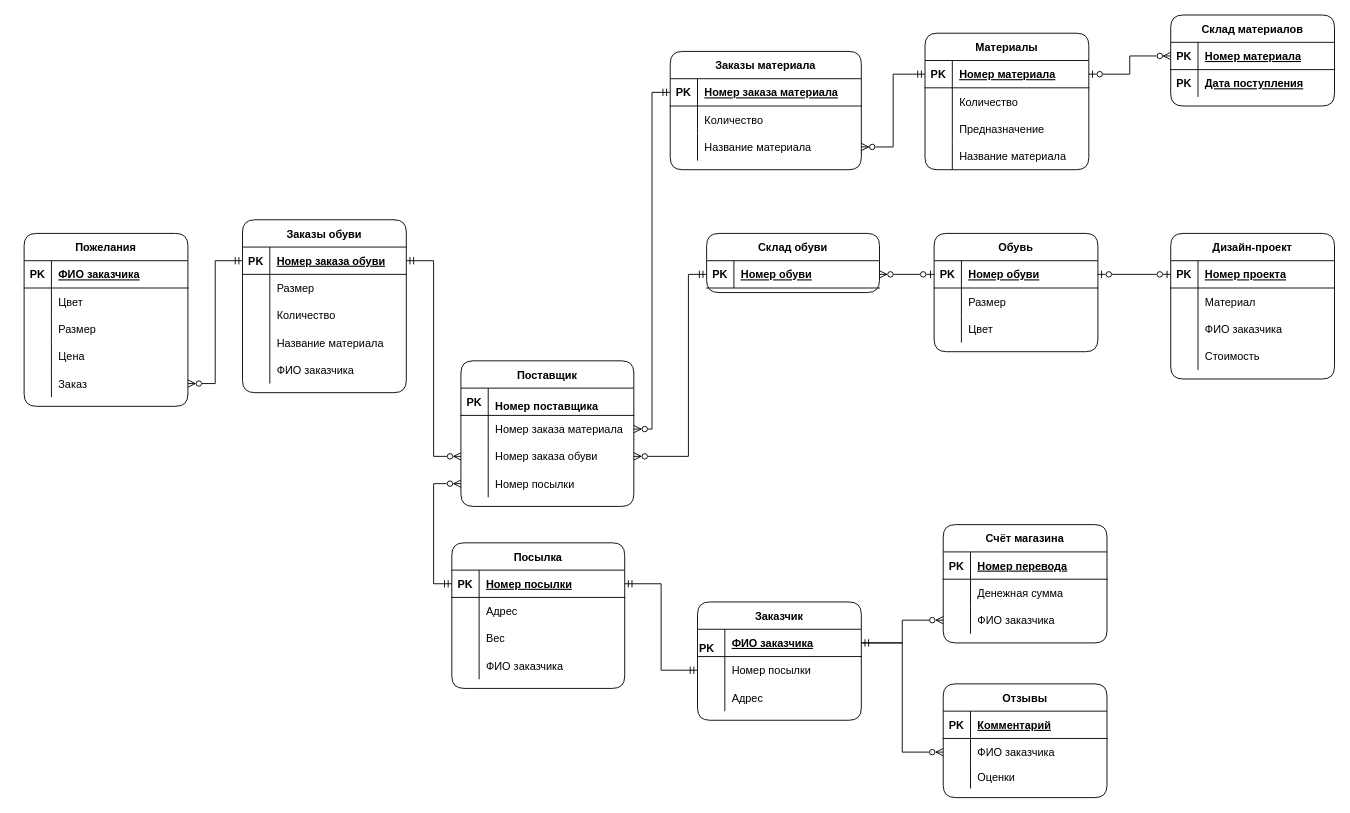
Earlier version of the draw.io diagram Er.drawio (MorozovStanislav/Repozitory). Source tidied: cells renumbered, new cells numbered last; positions are measured from the earlier drawing's top-left corner, leaving out a move shared by most shapes. Both pictures are drawn from the tidied source at 91%, with x=0, y=0 at pixel (24, 15).
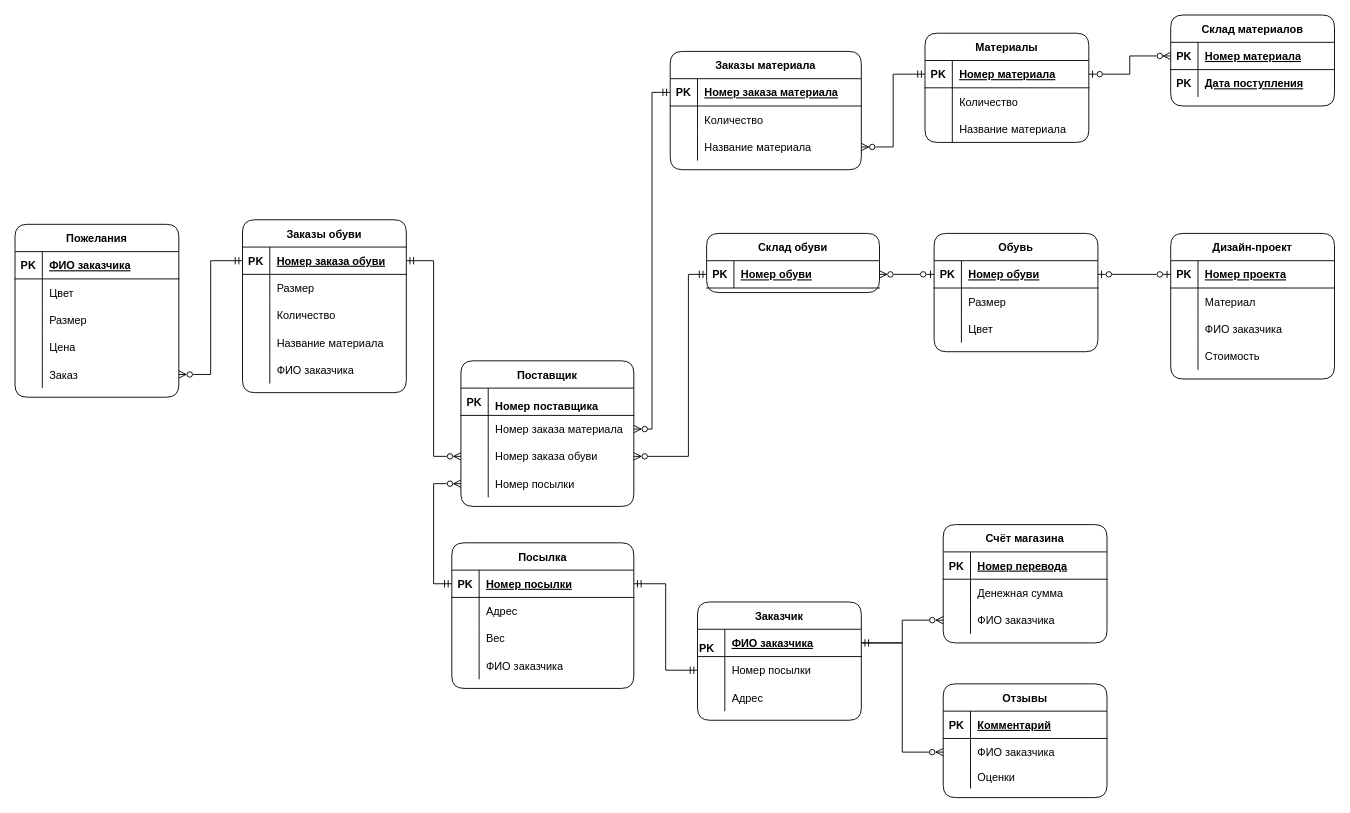
Above is the later version.

Diff of the diagram source:
```diff
@@
     <mxCell id="28" value="Пожелания" style="shape=table;startSize=30;childLayout=tableLayout;rowLines=0;fontStyle=1;align=center;rounded=1;" parent="1" vertex="1">
-      <mxGeometry y="240" width="180" height="190" as="geometry" />
+      <mxGeometry x="-10" y="230" width="180" height="190" as="geometry" />
     </mxCell>
@@
     <mxCell id="44" value="Материалы" style="shape=table;startSize=30;childLayout=tableLayout;rowLines=0;fontStyle=1;align=center;rounded=1;" parent="1" vertex="1">
-      <mxGeometry x="990" y="20" width="180" height="150" as="geometry" />
+      <mxGeometry x="990" y="20" width="180" height="120" as="geometry" />
     </mxCell>
@@
-    <mxCell id="51" style="shape=partialRectangle;fillColor=none;top=0;left=0;bottom=0;right=0;" parent="44" vertex="1">
-      <mxGeometry y="90" width="180" height="30" as="geometry" />
-    </mxCell>
-    <mxCell id="52" style="shape=partialRectangle;fillColor=none;top=0;left=0;bottom=0;right=0;overflow=hidden;" parent="51" vertex="1">
-      <mxGeometry width="30" height="30" as="geometry" />
-    </mxCell>
-    <mxCell id="53" value="Предназначение" style="shape=partialRectangle;fillColor=none;top=0;left=0;bottom=0;right=0;align=left;spacingLeft=6;overflow=hidden;" parent="51" vertex="1">
-      <mxGeometry x="30" width="150" height="30" as="geometry" />
-    </mxCell>
     <mxCell id="54" style="shape=partialRectangle;fillColor=none;top=0;left=0;bottom=0;right=0;" parent="44" vertex="1">
-      <mxGeometry y="120" width="180" height="30" as="geometry" />
+      <mxGeometry y="90" width="180" height="30" as="geometry" />
     </mxCell>
@@
     <mxCell id="57" style="shape=partialRectangle;fillColor=none;top=0;left=0;bottom=0;right=0;" parent="44" vertex="1">
-      <mxGeometry y="150" width="180" as="geometry" />
+      <mxGeometry y="120" width="180" as="geometry" />
     </mxCell>
@@
     <mxCell id="60" style="shape=partialRectangle;fillColor=none;top=0;left=0;bottom=0;right=0;" parent="44" vertex="1">
-      <mxGeometry y="150" width="180" as="geometry" />
+      <mxGeometry y="120" width="180" as="geometry" />
     </mxCell>
@@
     <mxCell id="87" value="Посылка" style="shape=table;startSize=30;childLayout=tableLayout;rowLines=0;fontStyle=1;align=center;fillColor=default;swimlaneFillColor=none;perimeterSpacing=0;sketch=0;rounded=1;" parent="1" vertex="1">
-      <mxGeometry x="470" y="580" width="190" height="160" as="geometry" />
+      <mxGeometry x="470" y="580" width="200" height="160" as="geometry" />
     </mxCell>
     <mxCell id="88" style="shape=partialRectangle;fillColor=none;top=0;left=0;bottom=1;right=0;points=[[0,0.5],[1,0.5]];portConstraint=eastwest;" parent="87" vertex="1">
-      <mxGeometry y="30" width="190" height="30" as="geometry" />
+      <mxGeometry y="30" width="200" height="30" as="geometry" />
     </mxCell>
@@
     <mxCell id="90" value="Номер посылки" style="shape=partialRectangle;fillColor=none;top=0;left=0;bottom=0;right=0;align=left;spacingLeft=6;fontStyle=5;overflow=hidden;" parent="88" vertex="1">
-      <mxGeometry x="30" width="160" height="30" as="geometry" />
+      <mxGeometry x="30" width="170" height="30" as="geometry" />
     </mxCell>
     <mxCell id="91" style="shape=partialRectangle;fillColor=none;top=0;left=0;bottom=0;right=0;" parent="87" vertex="1">
-      <mxGeometry y="60" width="190" height="30" as="geometry" />
+      <mxGeometry y="60" width="200" height="30" as="geometry" />
     </mxCell>
@@
     <mxCell id="93" value="Адрес" style="shape=partialRectangle;fillColor=none;top=0;left=0;bottom=0;right=0;align=left;spacingLeft=6;overflow=hidden;" parent="91" vertex="1">
-      <mxGeometry x="30" width="160" height="30" as="geometry" />
+      <mxGeometry x="30" width="170" height="30" as="geometry" />
     </mxCell>
     <mxCell id="94" style="shape=partialRectangle;fillColor=none;top=0;left=0;bottom=0;right=0;" parent="87" vertex="1">
-      <mxGeometry y="90" width="190" height="30" as="geometry" />
+      <mxGeometry y="90" width="200" height="30" as="geometry" />
     </mxCell>
@@
     <mxCell id="96" value="Вес" style="shape=partialRectangle;fillColor=none;top=0;left=0;bottom=0;right=0;align=left;spacingLeft=6;overflow=hidden;" parent="94" vertex="1">
-      <mxGeometry x="30" width="160" height="30" as="geometry" />
+      <mxGeometry x="30" width="170" height="30" as="geometry" />
     </mxCell>
     <mxCell id="97" style="shape=partialRectangle;fillColor=none;top=0;left=0;bottom=0;right=0;" parent="87" vertex="1">
-      <mxGeometry y="120" width="190" height="30" as="geometry" />
+      <mxGeometry y="120" width="200" height="30" as="geometry" />
     </mxCell>
@@
     <mxCell id="99" value="ФИО заказчика" style="shape=partialRectangle;fillColor=none;top=0;left=0;bottom=0;right=0;align=left;spacingLeft=6;overflow=hidden;" parent="97" vertex="1">
-      <mxGeometry x="30" width="160" height="30" as="geometry" />
+      <mxGeometry x="30" width="170" height="30" as="geometry" />
     </mxCell>
```
